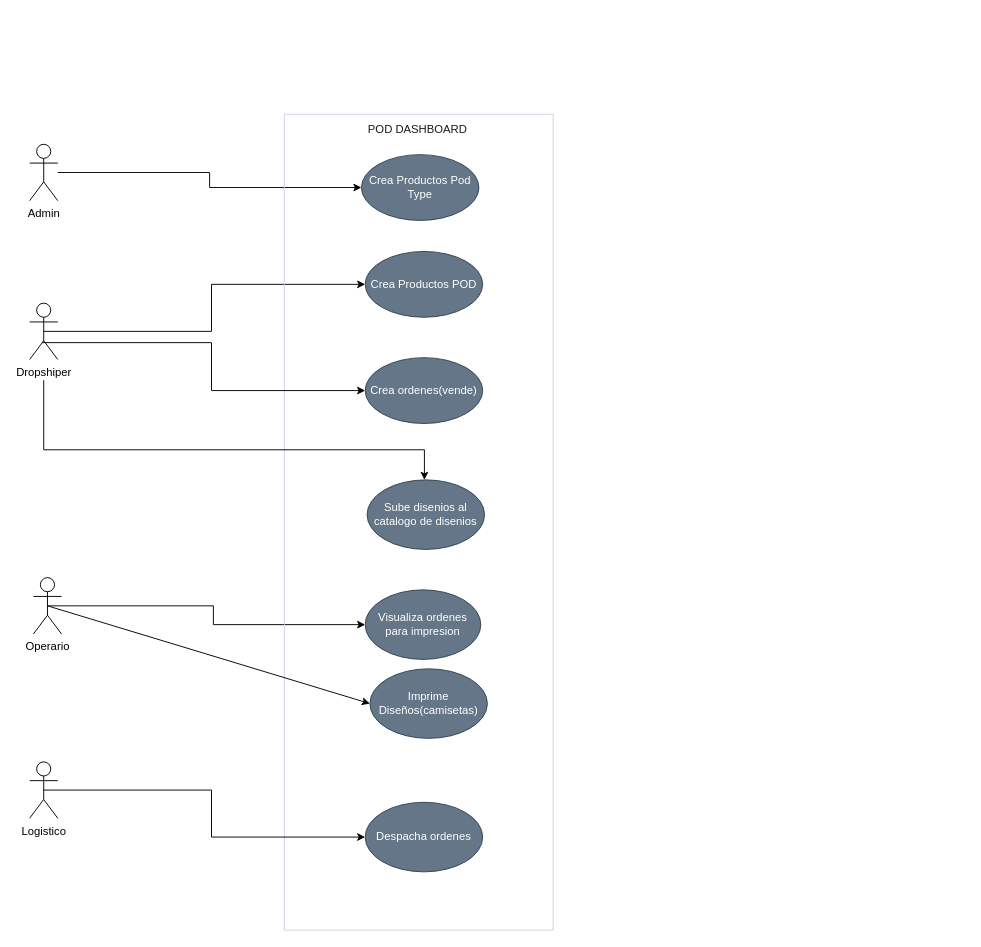
Before: page "CASOS DE USO" (3 of 7) of diagrams/MER-pod.drawio in jhaineymilevis/pod, a draw.io diagram. Source tidied: cells renumbered, new cells numbered last; positions are measured from the earlier drawing's top-left corner, leaving out a move shared by most shapes. Both pictures are drawn from the tidied source at 94%, with x=0, y=0 at pixel (29, 114).
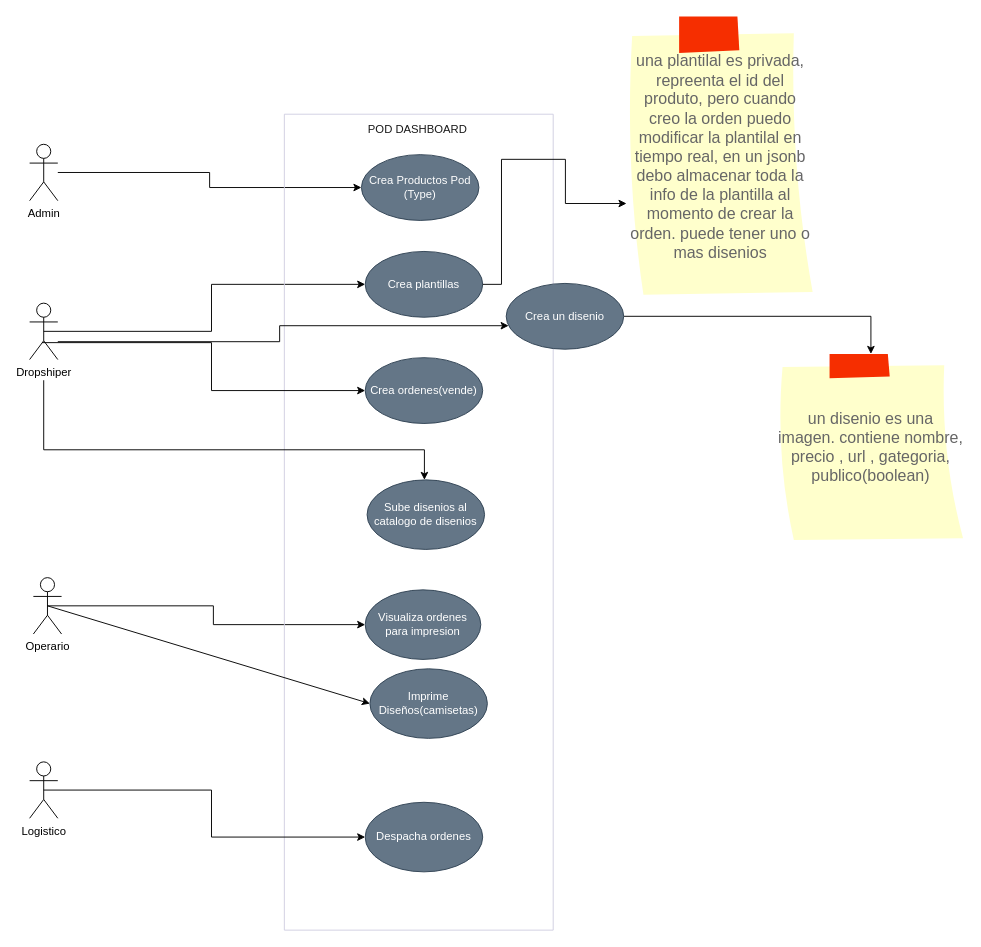
Above is the later version.

Unchanged cells that the change refers to:
```xml
<mxCell id="5" value="Dropshiper" style="shape=umlActor;verticalLabelPosition=bottom;verticalAlign=top;html=1;" parent="1" vertex="1">
  <mxGeometry y="201" width="30" height="60" as="geometry" />
</mxCell>
<mxCell id="8" style="swimlane;startSize=0;strokeColor=#D0CEE2;fontColor=#1A1A1A;fillColor=#5D7F99;" parent="1" vertex="1">
  <mxGeometry x="271" width="286" height="868" as="geometry" />
</mxCell>
```

The edit, as a diff of the source:
```diff
@@
-    <mxCell id="9" value="Crea Productos Pod Type" style="ellipse;whiteSpace=wrap;html=1;labelBackgroundColor=none;labelBorderColor=none;fillColor=#647687;fontColor=#ffffff;strokeColor=#314354;" parent="8" vertex="1">
+    <mxCell id="9" value="Crea Productos Pod (Type)" style="ellipse;whiteSpace=wrap;html=1;labelBackgroundColor=none;labelBorderColor=none;fillColor=#647687;fontColor=#ffffff;strokeColor=#314354;" parent="8" vertex="1">
       <mxGeometry x="82" y="43" width="125" height="70" as="geometry" />
     </mxCell>
-    <mxCell id="10" value="Crea Productos POD" style="ellipse;whiteSpace=wrap;html=1;labelBackgroundColor=none;labelBorderColor=none;fontColor=#ffffff;fillColor=#647687;strokeColor=#314354;" parent="8" vertex="1">
+    <mxCell id="10" value="Crea plantillas" style="ellipse;whiteSpace=wrap;html=1;labelBackgroundColor=none;labelBorderColor=none;fontColor=#ffffff;fillColor=#647687;strokeColor=#314354;" parent="8" vertex="1">
       <mxGeometry x="86" y="146" width="125" height="70" as="geometry" />
     </mxCell>
@@
+    <mxCell id="22" style="edgeStyle=orthogonalEdgeStyle;rounded=0;jettySize=auto;html=1;" parent="1" edge="1" source="23" target="25">
+      <mxGeometry relative="1" as="geometry" />
+    </mxCell>
+    <mxCell id="23" value="Crea un disenio" style="ellipse;whiteSpace=wrap;html=1;labelBackgroundColor=none;labelBorderColor=none;fontColor=#ffffff;fillColor=#647687;strokeColor=#314354;" parent="1" vertex="1">
+      <mxGeometry x="507" y="180" width="125" height="70" as="geometry" />
+    </mxCell>
+    <mxCell id="24" style="edgeStyle=orthogonalEdgeStyle;rounded=0;jettySize=auto;html=1;" parent="1" edge="1" source="5" target="23">
+      <mxGeometry relative="1" as="geometry">
+        <Array as="points">
+          <mxPoint x="266" y="242" />
+          <mxPoint x="266" y="225" />
+        </Array>
+      </mxGeometry>
+    </mxCell>
+    <mxCell id="25" value="un disenio es una imagen. contiene nombre, precio , url , gategoria, publico(boolean)" style="strokeWidth=1;shadow=0;dashed=0;align=center;html=1;shape=mxgraph.mockup.text.stickyNote2;fontColor=#666666;mainText=;fontSize=17;whiteSpace=wrap;fillColor=#ffffcc;strokeColor=#F62E00;" parent="1" vertex="1">
+      <mxGeometry x="795" y="255" width="200" height="200" as="geometry" />
+    </mxCell>
+    <mxCell id="26" value="una plantilal es privada, repreenta el id del produto, pero cuando creo la orden puedo modificar la plantilal en tiempo real, en un jsonb debo almacenar toda la info de la plantilla al momento de crear la orden. puede tener uno o mas disenios" style="strokeWidth=1;shadow=0;dashed=0;align=center;html=1;shape=mxgraph.mockup.text.stickyNote2;fontColor=#666666;mainText=;fontSize=17;whiteSpace=wrap;fillColor=#ffffcc;strokeColor=#F62E00;" parent="1" vertex="1">
+      <mxGeometry x="635" y="-104" width="200" height="299" as="geometry" />
+    </mxCell>
+    <mxCell id="27" style="edgeStyle=orthogonalEdgeStyle;rounded=0;jettySize=auto;html=1;" parent="1" edge="1" source="10" target="26">
+      <mxGeometry relative="1" as="geometry">
+        <Array as="points">
+          <mxPoint x="502" y="181" />
+          <mxPoint x="502" y="48" />
+          <mxPoint x="570" y="48" />
+          <mxPoint x="570" y="95" />
+        </Array>
+      </mxGeometry>
+    </mxCell>
```
